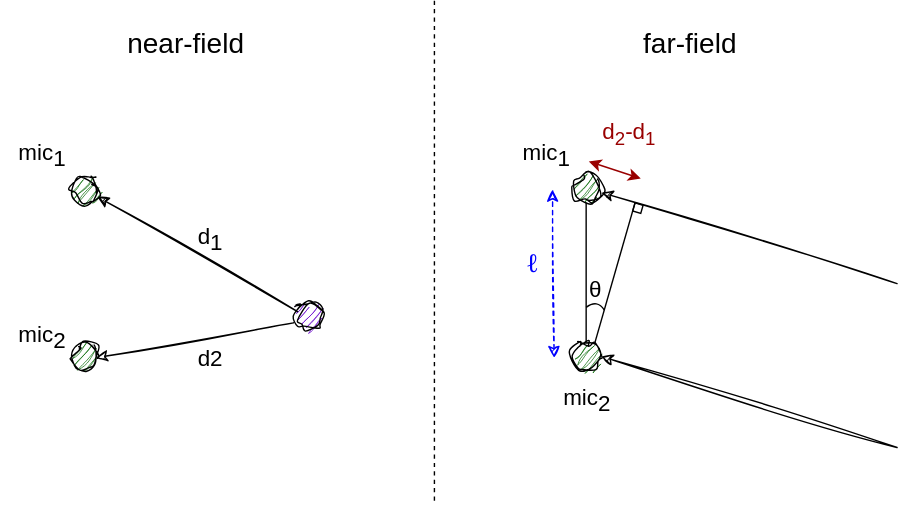
GaetanLepage/phd-manuscript keeps this draw.io diagram as sections/2_simulator/2_background/1_acoustic_reverberation/figures/multi_mic_schema.svg. Above is the earlier version. Source tidied: cells renumbered, new cells last; positions are measured from the earlier drawing's top-left corner, leaving out a move shared by most shapes.
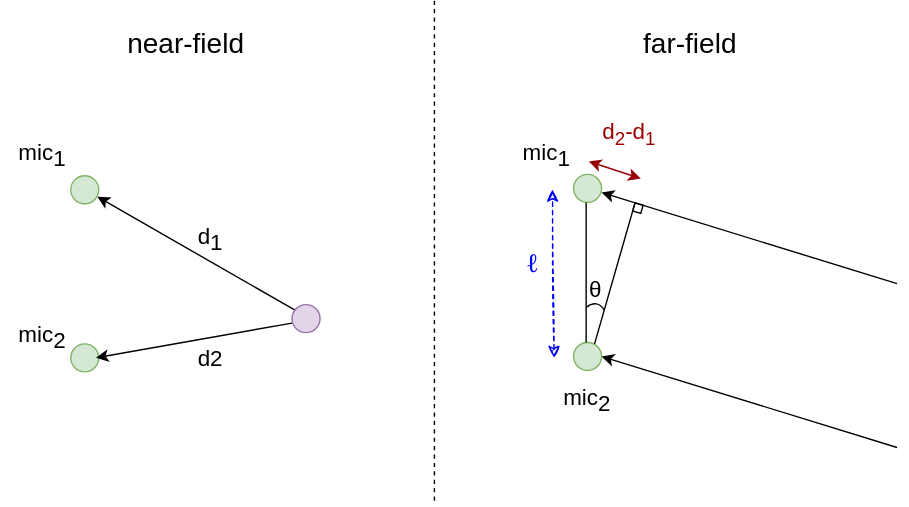
After the change.

What changed in the source:
```diff
@@ -14,7 +14,7 @@
     <mxCell id="4" value="far-field" style="text;html=1;align=center;verticalAlign=middle;whiteSpace=wrap;rounded=0;fontFamily=Helvetica;fontSize=20;" parent="1" vertex="1">
       <mxGeometry x="430" y="15" width="125" height="30" as="geometry" />
     </mxCell>
-    <mxCell id="5" style="ellipse;whiteSpace=wrap;html=1;sketch=1;hachureGap=4;jiggle=2;curveFitting=1;fontFamily=Architects Daughter;fontSource=https%3A%2F%2Ffonts.googleapis.com%2Fcss%3Ffamily%3DArchitects%2BDaughter;fillColor=#006600;" parent="1" vertex="1">
+    <mxCell id="5" style="ellipse;whiteSpace=wrap;html=1;hachureGap=4;fontFamily=Architects Daughter;fontSource=https%3A%2F%2Ffonts.googleapis.com%2Fcss%3Ffamily%3DArchitects%2BDaughter;fillColor=#d5e8d4;strokeColor=#82b366;" parent="1" vertex="1">
       <mxGeometry x="50" y="245" width="20" height="20" as="geometry" />
     </mxCell>
     <mxCell id="6" value="&lt;span style=&quot;font-size: 16px;&quot;&gt;mic&lt;/span&gt;&lt;span style=&quot;font-size: 16px;&quot;&gt;&lt;sub style=&quot;font-size: 16px;&quot;&gt;1&lt;/sub&gt;&lt;/span&gt;" style="text;html=1;align=center;verticalAlign=middle;whiteSpace=wrap;rounded=0;fontFamily=Helvetica;fontSize=16;" parent="1" vertex="1">
@@ -23,98 +23,98 @@
     <mxCell id="7" value="&lt;span style=&quot;font-size: 16px;&quot;&gt;mic&lt;/span&gt;&lt;span style=&quot;font-size: 16px;&quot;&gt;&lt;sub style=&quot;font-size: 16px;&quot;&gt;2&lt;/sub&gt;&lt;/span&gt;" style="text;html=1;align=center;verticalAlign=middle;whiteSpace=wrap;rounded=0;fontFamily=Helvetica;fontSize=16;" parent="1" vertex="1">
       <mxGeometry y="225" width="60" height="30" as="geometry" />
     </mxCell>
-    <mxCell id="8" style="ellipse;whiteSpace=wrap;html=1;sketch=1;hachureGap=4;jiggle=2;curveFitting=1;fontFamily=Architects Daughter;fontSource=https%3A%2F%2Ffonts.googleapis.com%2Fcss%3Ffamily%3DArchitects%2BDaughter;fillColor=#6600CC;" parent="1" vertex="1">
-      <mxGeometry x="210" y="215" width="20" height="20" as="geometry" />
+    <mxCell id="8" style="ellipse;whiteSpace=wrap;html=1;hachureGap=4;fontFamily=Architects Daughter;fontSource=https%3A%2F%2Ffonts.googleapis.com%2Fcss%3Ffamily%3DArchitects%2BDaughter;fillColor=#d5e8d4;strokeColor=#82b366;" parent="1" vertex="1">
+      <mxGeometry x="50" y="125" width="20" height="20" as="geometry" />
     </mxCell>
-    <mxCell id="9" style="ellipse;whiteSpace=wrap;html=1;sketch=1;hachureGap=4;jiggle=2;curveFitting=1;fontFamily=Architects Daughter;fontSource=https%3A%2F%2Ffonts.googleapis.com%2Fcss%3Ffamily%3DArchitects%2BDaughter;fillColor=#006600;" parent="1" vertex="1">
-      <mxGeometry x="50" y="125" width="20" height="20" as="geometry" />
+    <mxCell id="9" style="endArrow=classic;html=1;rounded=0;hachureGap=4;fontFamily=Architects Daughter;fontSource=https%3A%2F%2Ffonts.googleapis.com%2Fcss%3Ffamily%3DArchitects%2BDaughter;entryX=1;entryY=1;entryDx=0;entryDy=0;" parent="1" edge="1">
+      <mxGeometry relative="1" as="geometry">
+        <mxPoint x="212" y="222" as="sourcePoint" />
+        <mxPoint x="69" y="140" as="targetPoint" />
+      </mxGeometry>
     </mxCell>
-    <mxCell id="10" style="endArrow=classic;html=1;rounded=0;sketch=1;hachureGap=4;jiggle=2;curveFitting=1;fontFamily=Architects Daughter;fontSource=https%3A%2F%2Ffonts.googleapis.com%2Fcss%3Ffamily%3DArchitects%2BDaughter;entryX=1;entryY=1;entryDx=0;entryDy=0;" parent="1" edge="1">
+    <mxCell id="10" style="endArrow=classic;html=1;rounded=0;hachureGap=4;fontFamily=Architects Daughter;fontSource=https%3A%2F%2Ffonts.googleapis.com%2Fcss%3Ffamily%3DArchitects%2BDaughter;" parent="1" edge="1">
       <mxGeometry relative="1" as="geometry">
-        <mxPoint x="212" y="222" as="sourcePoint" />
-        <mxPoint x="69" y="140" as="targetPoint" />
+        <mxPoint x="209" y="230" as="sourcePoint" />
+        <mxPoint x="68" y="255" as="targetPoint" />
       </mxGeometry>
     </mxCell>
-    <mxCell id="11" style="endArrow=classic;html=1;rounded=0;sketch=1;hachureGap=4;jiggle=2;curveFitting=1;fontFamily=Architects Daughter;fontSource=https%3A%2F%2Ffonts.googleapis.com%2Fcss%3Ffamily%3DArchitects%2BDaughter;" parent="1" edge="1">
-      <mxGeometry relative="1" as="geometry">
-        <mxPoint x="209" y="230" as="sourcePoint" />
-        <mxPoint x="68" y="255" as="targetPoint" />
-      </mxGeometry>
+    <mxCell id="11" value="d&lt;sub style=&quot;font-size: 16px;&quot;&gt;1&lt;/sub&gt;" style="text;html=1;align=center;verticalAlign=middle;whiteSpace=wrap;rounded=0;fontFamily=Helvetica;fontSize=16;" parent="1" vertex="1">
+      <mxGeometry x="120" y="155" width="60" height="30" as="geometry" />
     </mxCell>
-    <mxCell id="12" value="d&lt;sub style=&quot;font-size: 16px;&quot;&gt;1&lt;/sub&gt;" style="text;html=1;align=center;verticalAlign=middle;whiteSpace=wrap;rounded=0;fontFamily=Helvetica;fontSize=16;" parent="1" vertex="1">
-      <mxGeometry x="120" y="155" width="60" height="30" as="geometry" />
+    <mxCell id="12" value="d2" style="text;html=1;align=center;verticalAlign=middle;whiteSpace=wrap;rounded=0;fontFamily=Helvetica;fontSize=16;" parent="1" vertex="1">
+      <mxGeometry x="120" y="240" width="60" height="30" as="geometry" />
     </mxCell>
-    <mxCell id="13" value="d2" style="text;html=1;align=center;verticalAlign=middle;whiteSpace=wrap;rounded=0;fontFamily=Helvetica;fontSize=16;" parent="1" vertex="1">
-      <mxGeometry x="120" y="240" width="60" height="30" as="geometry" />
+    <mxCell id="13" style="ellipse;whiteSpace=wrap;html=1;hachureGap=4;fontFamily=Architects Daughter;fontSource=https%3A%2F%2Ffonts.googleapis.com%2Fcss%3Ffamily%3DArchitects%2BDaughter;fillColor=#d5e8d4;strokeColor=#82b366;" parent="1" vertex="1">
+      <mxGeometry x="409" y="244" width="20" height="20" as="geometry" />
     </mxCell>
-    <mxCell id="14" style="ellipse;whiteSpace=wrap;html=1;sketch=1;hachureGap=4;jiggle=2;curveFitting=1;fontFamily=Architects Daughter;fontSource=https%3A%2F%2Ffonts.googleapis.com%2Fcss%3Ffamily%3DArchitects%2BDaughter;fillColor=#006600;" parent="1" vertex="1">
-      <mxGeometry x="409" y="244" width="20" height="20" as="geometry" />
+    <mxCell id="14" value="&lt;span style=&quot;font-size: 16px;&quot;&gt;mic&lt;/span&gt;&lt;span style=&quot;font-size: 16px;&quot;&gt;&lt;sub style=&quot;font-size: 16px;&quot;&gt;1&lt;/sub&gt;&lt;/span&gt;" style="text;html=1;align=center;verticalAlign=middle;whiteSpace=wrap;rounded=0;fontFamily=Helvetica;fontSize=16;" parent="1" vertex="1">
+      <mxGeometry x="360" y="95" width="60" height="30" as="geometry" />
     </mxCell>
-    <mxCell id="15" value="&lt;span style=&quot;font-size: 16px;&quot;&gt;mic&lt;/span&gt;&lt;span style=&quot;font-size: 16px;&quot;&gt;&lt;sub style=&quot;font-size: 16px;&quot;&gt;1&lt;/sub&gt;&lt;/span&gt;" style="text;html=1;align=center;verticalAlign=middle;whiteSpace=wrap;rounded=0;fontFamily=Helvetica;fontSize=16;" parent="1" vertex="1">
-      <mxGeometry x="360" y="95" width="60" height="30" as="geometry" />
+    <mxCell id="15" value="&lt;span style=&quot;font-size: 16px;&quot;&gt;mic&lt;/span&gt;&lt;span style=&quot;font-size: 16px;&quot;&gt;&lt;sub style=&quot;font-size: 16px;&quot;&gt;2&lt;/sub&gt;&lt;/span&gt;" style="text;html=1;align=center;verticalAlign=middle;whiteSpace=wrap;rounded=0;fontFamily=Helvetica;fontSize=16;" parent="1" vertex="1">
+      <mxGeometry x="389" y="270" width="60" height="30" as="geometry" />
     </mxCell>
-    <mxCell id="16" value="&lt;span style=&quot;font-size: 16px;&quot;&gt;mic&lt;/span&gt;&lt;span style=&quot;font-size: 16px;&quot;&gt;&lt;sub style=&quot;font-size: 16px;&quot;&gt;2&lt;/sub&gt;&lt;/span&gt;" style="text;html=1;align=center;verticalAlign=middle;whiteSpace=wrap;rounded=0;fontFamily=Helvetica;fontSize=16;" parent="1" vertex="1">
-      <mxGeometry x="389" y="270" width="60" height="30" as="geometry" />
+    <mxCell id="16" style="ellipse;whiteSpace=wrap;html=1;hachureGap=4;fontFamily=Architects Daughter;fontSource=https%3A%2F%2Ffonts.googleapis.com%2Fcss%3Ffamily%3DArchitects%2BDaughter;fillColor=#d5e8d4;strokeColor=#82b366;" parent="1" vertex="1">
+      <mxGeometry x="409" y="124" width="20" height="20" as="geometry" />
     </mxCell>
-    <mxCell id="17" style="ellipse;whiteSpace=wrap;html=1;sketch=1;hachureGap=4;jiggle=2;curveFitting=1;fontFamily=Architects Daughter;fontSource=https%3A%2F%2Ffonts.googleapis.com%2Fcss%3Ffamily%3DArchitects%2BDaughter;fillColor=#006600;" parent="1" vertex="1">
-      <mxGeometry x="409" y="124" width="20" height="20" as="geometry" />
+    <mxCell id="17" style="endArrow=classic;html=1;rounded=0;hachureGap=4;fontFamily=Architects Daughter;fontSource=https%3A%2F%2Ffonts.googleapis.com%2Fcss%3Ffamily%3DArchitects%2BDaughter;entryX=1;entryY=1;entryDx=0;entryDy=0;" parent="1" edge="1">
+      <mxGeometry relative="1" as="geometry">
+        <mxPoint x="640" y="202" as="sourcePoint" />
+        <mxPoint x="429" y="137" as="targetPoint" />
+      </mxGeometry>
     </mxCell>
-    <mxCell id="18" style="endArrow=classic;html=1;rounded=0;sketch=1;hachureGap=4;jiggle=2;curveFitting=1;fontFamily=Architects Daughter;fontSource=https%3A%2F%2Ffonts.googleapis.com%2Fcss%3Ffamily%3DArchitects%2BDaughter;entryX=1;entryY=1;entryDx=0;entryDy=0;" parent="1" edge="1">
-      <mxGeometry relative="1" as="geometry">
-        <mxPoint x="640" y="202" as="sourcePoint" />
-        <mxPoint x="429" y="137" as="targetPoint" />
-      </mxGeometry>
+    <mxCell id="18" value="d&lt;span style=&quot;font-size: 16px;&quot;&gt;&lt;sub&gt;2&lt;/sub&gt;-d&lt;sub&gt;1&lt;/sub&gt;&lt;/span&gt;" style="text;html=1;align=center;verticalAlign=middle;whiteSpace=wrap;rounded=0;fontFamily=Helvetica;fontSize=16;fontColor=#990000;" parent="1" vertex="1">
+      <mxGeometry x="429" y="85" width="40" height="20" as="geometry" />
     </mxCell>
-    <mxCell id="19" value="d&lt;span style=&quot;font-size: 16px;&quot;&gt;&lt;sub&gt;2&lt;/sub&gt;-d&lt;sub&gt;1&lt;/sub&gt;&lt;/span&gt;" style="text;html=1;align=center;verticalAlign=middle;whiteSpace=wrap;rounded=0;fontFamily=Helvetica;fontSize=16;fontColor=#990000;" parent="1" vertex="1">
-      <mxGeometry x="429" y="85" width="40" height="20" as="geometry" />
+    <mxCell id="19" style="endArrow=none;html=1;rounded=0;hachureGap=4;fontFamily=Architects Daughter;fontSource=https%3A%2F%2Ffonts.googleapis.com%2Fcss%3Ffamily%3DArchitects%2BDaughter;" parent="1" edge="1">
+      <mxGeometry relative="1" as="geometry">
+        <mxPoint x="418" y="244" as="sourcePoint" />
+        <mxPoint x="418" y="144" as="targetPoint" />
+      </mxGeometry>
     </mxCell>
-    <mxCell id="20" style="endArrow=none;html=1;rounded=0;hachureGap=4;fontFamily=Architects Daughter;fontSource=https%3A%2F%2Ffonts.googleapis.com%2Fcss%3Ffamily%3DArchitects%2BDaughter;" parent="1" edge="1">
+    <mxCell id="20" style="endArrow=classic;html=1;rounded=0;hachureGap=4;fontFamily=Architects Daughter;fontSource=https%3A%2F%2Ffonts.googleapis.com%2Fcss%3Ffamily%3DArchitects%2BDaughter;entryX=1;entryY=1;entryDx=0;entryDy=0;" parent="1" edge="1">
       <mxGeometry relative="1" as="geometry">
-        <mxPoint x="418" y="244" as="sourcePoint" />
-        <mxPoint x="418" y="144" as="targetPoint" />
+        <mxPoint x="640" y="319" as="sourcePoint" />
+        <mxPoint x="429" y="254" as="targetPoint" />
       </mxGeometry>
     </mxCell>
-    <mxCell id="21" style="endArrow=classic;html=1;rounded=0;sketch=1;hachureGap=4;jiggle=2;curveFitting=1;fontFamily=Architects Daughter;fontSource=https%3A%2F%2Ffonts.googleapis.com%2Fcss%3Ffamily%3DArchitects%2BDaughter;entryX=1;entryY=1;entryDx=0;entryDy=0;" parent="1" edge="1">
+    <mxCell id="21" style="endArrow=none;html=1;rounded=0;hachureGap=4;fontFamily=Architects Daughter;fontSource=https%3A%2F%2Ffonts.googleapis.com%2Fcss%3Ffamily%3DArchitects%2BDaughter;endFill=0;" parent="1" edge="1">
       <mxGeometry relative="1" as="geometry">
-        <mxPoint x="640" y="319" as="sourcePoint" />
-        <mxPoint x="429" y="254" as="targetPoint" />
+        <mxPoint x="424" y="245" as="sourcePoint" />
+        <mxPoint x="453" y="144" as="targetPoint" />
       </mxGeometry>
     </mxCell>
-    <mxCell id="22" style="endArrow=none;html=1;rounded=0;hachureGap=4;fontFamily=Architects Daughter;fontSource=https%3A%2F%2Ffonts.googleapis.com%2Fcss%3Ffamily%3DArchitects%2BDaughter;endFill=0;" parent="1" edge="1">
+    <mxCell id="22" style="curved=1;endArrow=none;html=1;rounded=0;hachureGap=4;fontFamily=Architects Daughter;fontSource=https%3A%2F%2Ffonts.googleapis.com%2Fcss%3Ffamily%3DArchitects%2BDaughter;endFill=0;" parent="1" edge="1">
       <mxGeometry relative="1" as="geometry">
-        <mxPoint x="424" y="245" as="sourcePoint" />
-        <mxPoint x="453" y="144" as="targetPoint" />
+        <mxPoint x="431" y="221" as="sourcePoint" />
+        <mxPoint x="418" y="219" as="targetPoint" />
+        <Array as="points">
+          <mxPoint x="426" y="213" />
+        </Array>
       </mxGeometry>
     </mxCell>
-    <mxCell id="23" style="curved=1;endArrow=none;html=1;rounded=0;hachureGap=4;fontFamily=Architects Daughter;fontSource=https%3A%2F%2Ffonts.googleapis.com%2Fcss%3Ffamily%3DArchitects%2BDaughter;endFill=0;" parent="1" edge="1">
+    <mxCell id="23" style="endArrow=classic;dashed=1;html=1;rounded=0;sketch=1;hachureGap=4;jiggle=2;curveFitting=1;fontFamily=Architects Daughter;fontSource=https%3A%2F%2Ffonts.googleapis.com%2Fcss%3Ffamily%3DArchitects%2BDaughter;startArrow=classic;startFill=1;endFill=1;strokeColor=#0000FF;" parent="1" edge="1">
       <mxGeometry relative="1" as="geometry">
-        <mxPoint x="431" y="221" as="sourcePoint" />
-        <mxPoint x="418" y="219" as="targetPoint" />
-        <Array as="points">
-          <mxPoint x="426" y="213" />
-        </Array>
+        <mxPoint x="395.1" y="255" as="sourcePoint" />
+        <mxPoint x="394" y="135" as="targetPoint" />
       </mxGeometry>
     </mxCell>
-    <mxCell id="24" style="endArrow=classic;dashed=1;html=1;rounded=0;sketch=1;hachureGap=4;jiggle=2;curveFitting=1;fontFamily=Architects Daughter;fontSource=https%3A%2F%2Ffonts.googleapis.com%2Fcss%3Ffamily%3DArchitects%2BDaughter;startArrow=classic;startFill=1;endFill=1;strokeColor=#0000FF;" parent="1" edge="1">
-      <mxGeometry relative="1" as="geometry">
-        <mxPoint x="395.1" y="255" as="sourcePoint" />
-        <mxPoint x="394" y="135" as="targetPoint" />
-      </mxGeometry>
+    <mxCell id="24" value="&lt;span style=&quot;font-size: 19px;&quot;&gt;&lt;h1 style=&quot;font-size: 19px;&quot; class=&quot;firstHeading mw-first-heading&quot; id=&quot;firstHeading&quot;&gt;&lt;span style=&quot;font-size: 19px;&quot; class=&quot;mw-page-title-main&quot;&gt;ℓ&lt;/span&gt;&lt;/h1&gt;&lt;/span&gt;" style="text;html=1;align=center;verticalAlign=middle;whiteSpace=wrap;rounded=0;fontFamily=Verdana;fontStyle=0;fontSize=19;fontColor=#0000FF;" parent="1" vertex="1">
+      <mxGeometry x="375" y="178" width="10" height="20" as="geometry" />
     </mxCell>
-    <mxCell id="25" value="&lt;span style=&quot;font-size: 19px;&quot;&gt;&lt;h1 style=&quot;font-size: 19px;&quot; class=&quot;firstHeading mw-first-heading&quot; id=&quot;firstHeading&quot;&gt;&lt;span style=&quot;font-size: 19px;&quot; class=&quot;mw-page-title-main&quot;&gt;ℓ&lt;/span&gt;&lt;/h1&gt;&lt;/span&gt;" style="text;html=1;align=center;verticalAlign=middle;whiteSpace=wrap;rounded=0;fontFamily=Verdana;fontStyle=0;fontSize=19;fontColor=#0000FF;" parent="1" vertex="1">
-      <mxGeometry x="375" y="178" width="10" height="20" as="geometry" />
+    <mxCell id="25" style="whiteSpace=wrap;html=1;hachureGap=4;fontFamily=Architects Daughter;fontSource=https%3A%2F%2Ffonts.googleapis.com%2Fcss%3Ffamily%3DArchitects%2BDaughter;fillColor=none;rotation=16.4;direction=south;" parent="1" vertex="1">
+      <mxGeometry x="452" y="145.1" width="6" height="6" as="geometry" />
     </mxCell>
-    <mxCell id="26" style="whiteSpace=wrap;html=1;hachureGap=4;fontFamily=Architects Daughter;fontSource=https%3A%2F%2Ffonts.googleapis.com%2Fcss%3Ffamily%3DArchitects%2BDaughter;fillColor=none;rotation=16.4;direction=south;" parent="1" vertex="1">
-      <mxGeometry x="452" y="145.1" width="6" height="6" as="geometry" />
+    <mxCell id="26" style="endArrow=classic;html=1;rounded=0;hachureGap=4;fontFamily=Architects Daughter;fontSource=https%3A%2F%2Ffonts.googleapis.com%2Fcss%3Ffamily%3DArchitects%2BDaughter;startArrow=classic;startFill=1;endFill=1;strokeColor=#990000;" parent="1" edge="1">
+      <mxGeometry relative="1" as="geometry">
+        <mxPoint x="457" y="127" as="sourcePoint" />
+        <mxPoint x="419.9" y="114.8" as="targetPoint" />
+      </mxGeometry>
     </mxCell>
-    <mxCell id="27" style="endArrow=classic;html=1;rounded=0;hachureGap=4;fontFamily=Architects Daughter;fontSource=https%3A%2F%2Ffonts.googleapis.com%2Fcss%3Ffamily%3DArchitects%2BDaughter;startArrow=classic;startFill=1;endFill=1;strokeColor=#990000;" parent="1" edge="1">
-      <mxGeometry relative="1" as="geometry">
-        <mxPoint x="457" y="127" as="sourcePoint" />
-        <mxPoint x="419.9" y="114.8" as="targetPoint" />
-      </mxGeometry>
+    <mxCell id="27" value="θ" style="text;html=1;align=center;verticalAlign=middle;whiteSpace=wrap;rounded=0;fontFamily=Helvetica;fontSize=16;" parent="1" vertex="1">
+      <mxGeometry x="410" y="193" width="30" height="25" as="geometry" />
     </mxCell>
-    <mxCell id="28" value="θ" style="text;html=1;align=center;verticalAlign=middle;whiteSpace=wrap;rounded=0;fontFamily=Helvetica;fontSize=16;" parent="1" vertex="1">
-      <mxGeometry x="410" y="193" width="30" height="25" as="geometry" />
+    <mxCell id="28" style="ellipse;whiteSpace=wrap;html=1;hachureGap=4;fontFamily=Architects Daughter;fontSource=https%3A%2F%2Ffonts.googleapis.com%2Fcss%3Ffamily%3DArchitects%2BDaughter;fillColor=#e1d5e7;strokeColor=#9673a6;" parent="1" vertex="1">
+      <mxGeometry x="208" y="217" width="20" height="20" as="geometry" />
     </mxCell>
   </root>
 </mxGraphModel>
```
